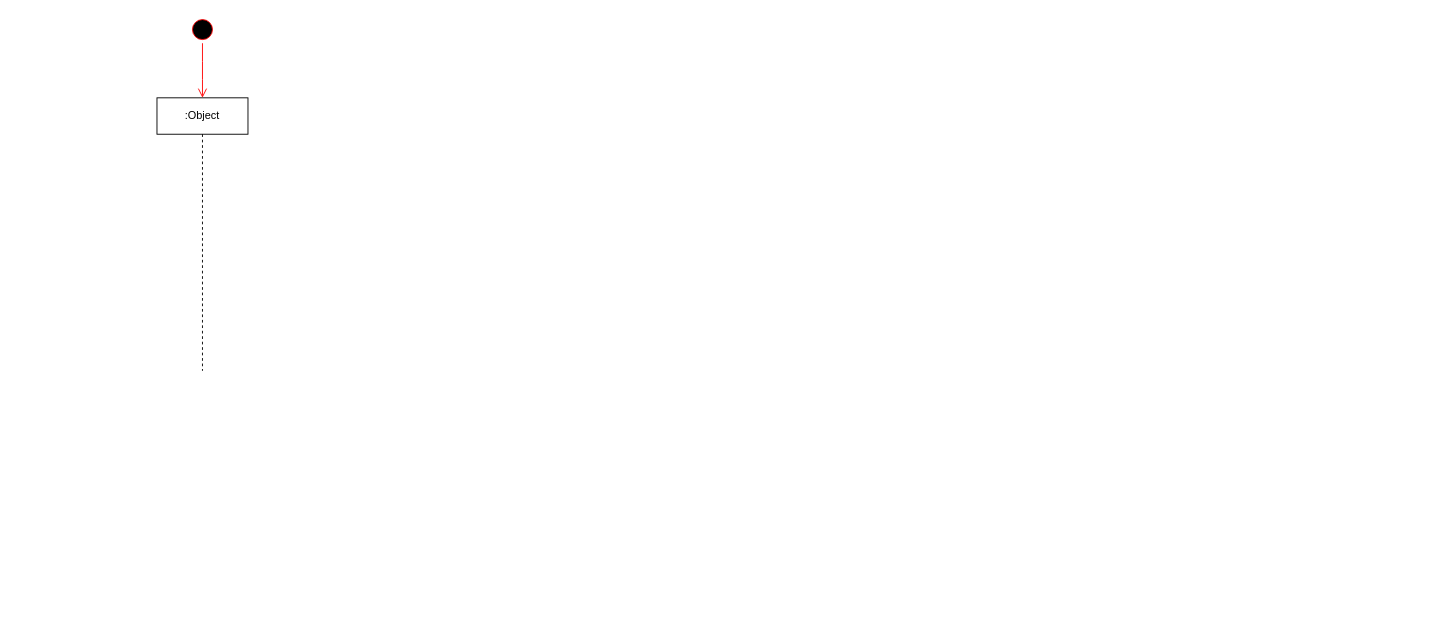
Earlier version of the draw.io diagram 任务时序图.drawio (gebifeixiang/investment). Source tidied: cells renumbered, new cells numbered last; positions are measured from the earlier drawing's top-left corner, leaving out a move shared by most shapes. Both pictures are drawn from the tidied source at 91%, with x=0, y=0 at pixel (157, 15).
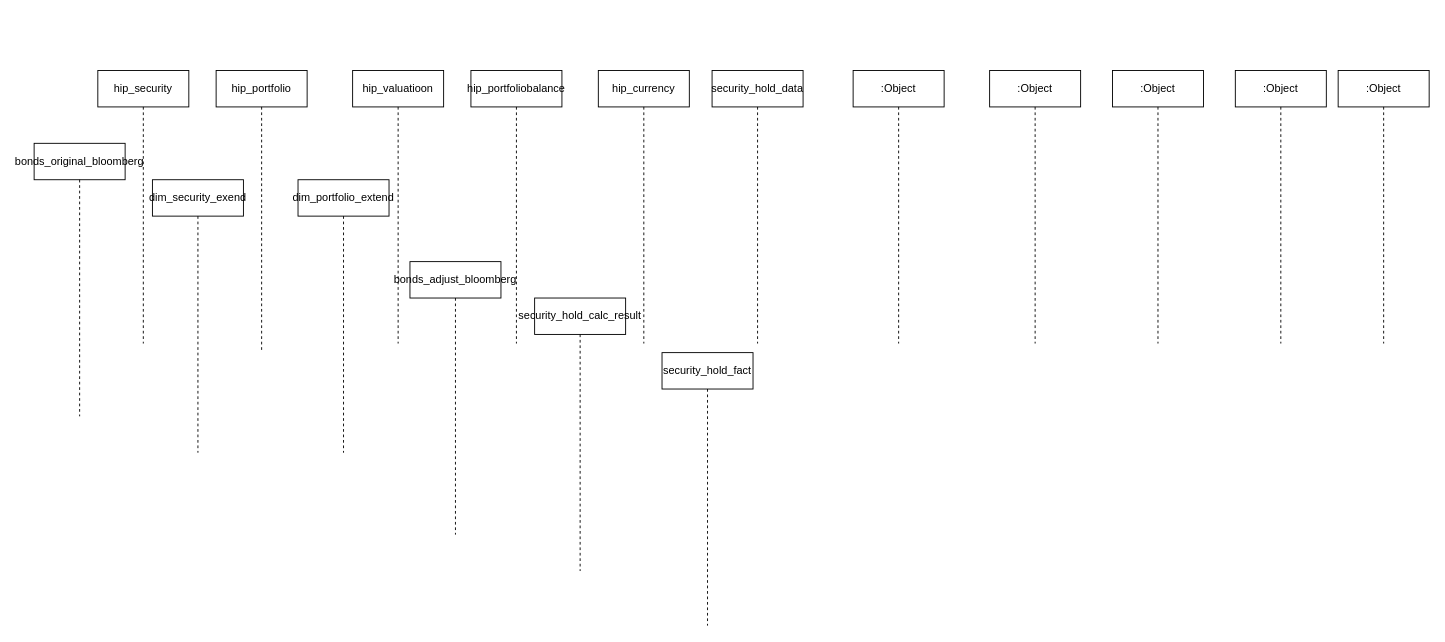
The same page after the edit.

Commit message:
Added 任务时序图.drawio

Change to the diagram source:
```diff
@@
 <mxGraphModel>
   <root>
     <mxCell id="0" />
     <mxCell id="1" parent="0" />
-    <mxCell id="2" style="ellipse;html=1;shape=startState;fillColor=#000000;strokeColor=#ff0000;" parent="1" vertex="1">
-      <mxGeometry x="35" width="30" height="30" as="geometry" />
-    </mxCell>
-    <mxCell id="3" style="edgeStyle=orthogonalEdgeStyle;html=1;verticalAlign=bottom;endArrow=open;endSize=8;strokeColor=#ff0000;" parent="1" edge="1" source="2">
-      <mxGeometry relative="1" as="geometry">
-        <mxPoint x="50" y="90" as="targetPoint" />
-      </mxGeometry>
-    </mxCell>
-    <mxCell id="4" value=":Object" style="shape=umlLifeline;perimeter=lifelinePerimeter;whiteSpace=wrap;html=1;" parent="1" vertex="1">
-      <mxGeometry y="90" width="100" height="300" as="geometry" />
-    </mxCell>
+    <mxCell id="5" value="hip_security" style="shape=umlLifeline;perimeter=lifelinePerimeter;whiteSpace=wrap;html=1;" parent="1" vertex="1">
+      <mxGeometry x="-65" y="60" width="100" height="300" as="geometry" />
+    </mxCell>
+    <mxCell id="6" value="bonds_adjust_bloomberg" style="shape=umlLifeline;perimeter=lifelinePerimeter;whiteSpace=wrap;html=1;" parent="1" vertex="1">
+      <mxGeometry x="278" y="270" width="100" height="300" as="geometry" />
+    </mxCell>
+    <mxCell id="7" value=":Object" style="shape=umlLifeline;perimeter=lifelinePerimeter;whiteSpace=wrap;html=1;" parent="1" vertex="1">
+      <mxGeometry x="765" y="60" width="100" height="300" as="geometry" />
+    </mxCell>
+    <mxCell id="8" value="hip_currency" style="shape=umlLifeline;perimeter=lifelinePerimeter;whiteSpace=wrap;html=1;" parent="1" vertex="1">
+      <mxGeometry x="485" y="60" width="100" height="300" as="geometry" />
+    </mxCell>
+    <mxCell id="9" value="hip_portfolio" style="shape=umlLifeline;perimeter=lifelinePerimeter;whiteSpace=wrap;html=1;" parent="1" vertex="1">
+      <mxGeometry x="65" y="60" width="100" height="310" as="geometry" />
+    </mxCell>
+    <mxCell id="10" value="hip_valuatioon" style="shape=umlLifeline;perimeter=lifelinePerimeter;whiteSpace=wrap;html=1;" parent="1" vertex="1">
+      <mxGeometry x="215" y="60" width="100" height="300" as="geometry" />
+    </mxCell>
+    <mxCell id="11" value="security_hold_fact" style="shape=umlLifeline;perimeter=lifelinePerimeter;whiteSpace=wrap;html=1;" parent="1" vertex="1">
+      <mxGeometry x="555" y="370" width="100" height="300" as="geometry" />
+    </mxCell>
+    <mxCell id="12" value="security_hold_data" style="shape=umlLifeline;perimeter=lifelinePerimeter;whiteSpace=wrap;html=1;" parent="1" vertex="1">
+      <mxGeometry x="610" y="60" width="100" height="300" as="geometry" />
+    </mxCell>
+    <mxCell id="13" value=":Object" style="shape=umlLifeline;perimeter=lifelinePerimeter;whiteSpace=wrap;html=1;" parent="1" vertex="1">
+      <mxGeometry x="1185" y="60" width="100" height="300" as="geometry" />
+    </mxCell>
+    <mxCell id="14" value="dim_portfolio_extend" style="shape=umlLifeline;perimeter=lifelinePerimeter;whiteSpace=wrap;html=1;" parent="1" vertex="1">
+      <mxGeometry x="155" y="180" width="100" height="300" as="geometry" />
+    </mxCell>
+    <mxCell id="15" value="dim_security_exend" style="shape=umlLifeline;perimeter=lifelinePerimeter;whiteSpace=wrap;html=1;" parent="1" vertex="1">
+      <mxGeometry x="-5" y="180" width="100" height="300" as="geometry" />
+    </mxCell>
+    <mxCell id="16" value="security_hold_calc_result" style="shape=umlLifeline;perimeter=lifelinePerimeter;whiteSpace=wrap;html=1;" parent="1" vertex="1">
+      <mxGeometry x="415" y="310" width="100" height="300" as="geometry" />
+    </mxCell>
+    <mxCell id="17" value=":Object" style="shape=umlLifeline;perimeter=lifelinePerimeter;whiteSpace=wrap;html=1;" parent="1" vertex="1">
+      <mxGeometry x="915" y="60" width="100" height="300" as="geometry" />
+    </mxCell>
+    <mxCell id="18" value=":Object" style="shape=umlLifeline;perimeter=lifelinePerimeter;whiteSpace=wrap;html=1;" parent="1" vertex="1">
+      <mxGeometry x="1298" y="60" width="100" height="300" as="geometry" />
+    </mxCell>
+    <mxCell id="19" value=":Object" style="shape=umlLifeline;perimeter=lifelinePerimeter;whiteSpace=wrap;html=1;" parent="1" vertex="1">
+      <mxGeometry x="1050" y="60" width="100" height="300" as="geometry" />
+    </mxCell>
+    <mxCell id="20" value="hip_portfoliobalance" style="shape=umlLifeline;perimeter=lifelinePerimeter;whiteSpace=wrap;html=1;" parent="1" vertex="1">
+      <mxGeometry x="345" y="60" width="100" height="300" as="geometry" />
+    </mxCell>
+    <mxCell id="21" value="bonds_original_bloomberg" style="shape=umlLifeline;perimeter=lifelinePerimeter;whiteSpace=wrap;html=1;" parent="1" vertex="1">
+      <mxGeometry x="-135" y="140" width="100" height="300" as="geometry" />
+    </mxCell>
   </root>
 </mxGraphModel>
```
